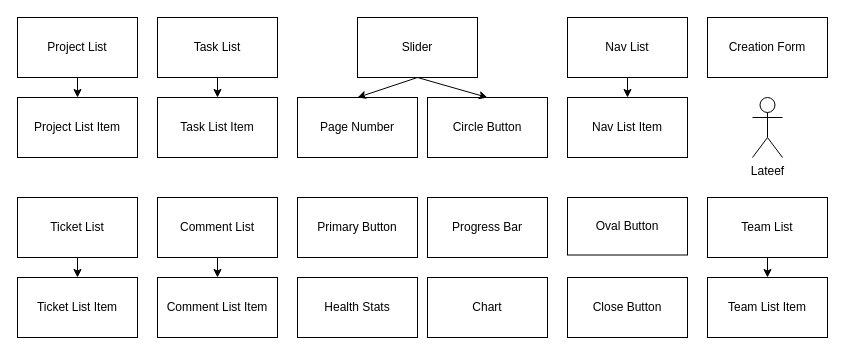
This is docs/Untitled Diagram.drawio from lateefazeez/project-issue-tracker, a draw.io file, before an edit. Source tidied: cells renumbered, new cells numbered last; positions are measured from the earlier drawing's top-left corner, leaving out a move shared by most shapes. Both pictures are drawn from the tidied source at 100%, with x=0, y=0 at pixel (17, 17).
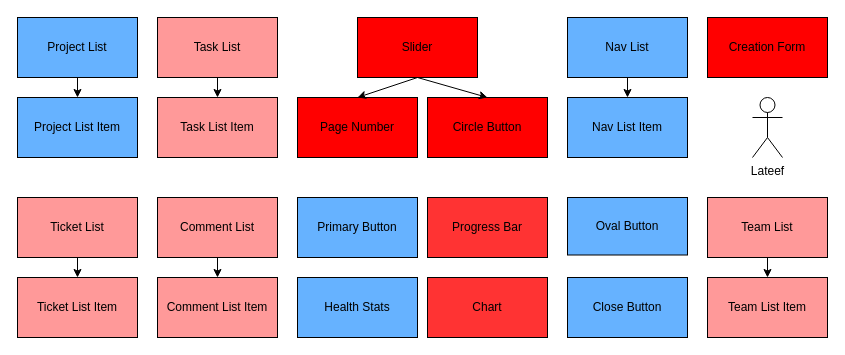
The same page after the edit.

Change to the diagram source:
```diff
@@
-    <mxCell id="2" value="Primary Button" style="rounded=0;whiteSpace=wrap;html=1;" parent="1" vertex="1">
+    <mxCell id="2" value="Primary Button" style="rounded=0;whiteSpace=wrap;html=1;fillColor=#66B2FF;" parent="1" vertex="1">
       <mxGeometry x="280" y="180" width="120" height="60" as="geometry" />
     </mxCell>
-    <mxCell id="3" value="Circle Button" style="rounded=0;whiteSpace=wrap;html=1;" parent="1" vertex="1">
+    <mxCell id="3" value="Circle Button" style="rounded=0;whiteSpace=wrap;html=1;fillColor=#FF0000;" parent="1" vertex="1">
       <mxGeometry x="410" y="80" width="120" height="60" as="geometry" />
     </mxCell>
-    <mxCell id="4" value="Slider" style="rounded=0;whiteSpace=wrap;html=1;" parent="1" vertex="1">
+    <mxCell id="4" value="Slider" style="rounded=0;whiteSpace=wrap;html=1;fillColor=#FF0000;" parent="1" vertex="1">
       <mxGeometry x="340" width="120" height="60" as="geometry" />
     </mxCell>
-    <mxCell id="5" value="Page Number" style="rounded=0;whiteSpace=wrap;html=1;" parent="1" vertex="1">
+    <mxCell id="5" value="Page Number" style="rounded=0;whiteSpace=wrap;html=1;fillColor=#FF0000;" parent="1" vertex="1">
       <mxGeometry x="280" y="80" width="120" height="60" as="geometry" />
     </mxCell>
@@
-    <mxCell id="7" value="Project List" style="rounded=0;whiteSpace=wrap;html=1;" parent="1" vertex="1">
+    <mxCell id="7" value="Project List" style="rounded=0;whiteSpace=wrap;html=1;fillColor=#66B2FF;" parent="1" vertex="1">
       <mxGeometry width="120" height="60" as="geometry" />
     </mxCell>
-    <mxCell id="8" value="Project List Item" style="rounded=0;whiteSpace=wrap;html=1;" parent="1" vertex="1">
+    <mxCell id="8" value="Project List Item" style="rounded=0;whiteSpace=wrap;html=1;fillColor=#66B2FF;" parent="1" vertex="1">
       <mxGeometry y="80" width="120" height="60" as="geometry" />
     </mxCell>
@@
-    <mxCell id="10" value="Chart " style="rounded=0;whiteSpace=wrap;html=1;" parent="1" vertex="1">
+    <mxCell id="10" value="Chart " style="rounded=0;whiteSpace=wrap;html=1;fillColor=#FF3333;" parent="1" vertex="1">
       <mxGeometry x="410" y="260" width="120" height="60" as="geometry" />
     </mxCell>
-    <mxCell id="11" value="Ticket List Item" style="rounded=0;whiteSpace=wrap;html=1;" parent="1" vertex="1">
+    <mxCell id="11" value="Ticket List Item" style="rounded=0;whiteSpace=wrap;html=1;fillColor=#FF9999;" parent="1" vertex="1">
       <mxGeometry y="260" width="120" height="60" as="geometry" />
     </mxCell>
-    <mxCell id="12" value="Ticket List" style="rounded=0;whiteSpace=wrap;html=1;" parent="1" vertex="1">
+    <mxCell id="12" value="Ticket List" style="rounded=0;whiteSpace=wrap;html=1;fillColor=#FF9999;" parent="1" vertex="1">
       <mxGeometry y="180" width="120" height="60" as="geometry" />
     </mxCell>
@@
-    <mxCell id="14" value="Task List" style="rounded=0;whiteSpace=wrap;html=1;" parent="1" vertex="1">
+    <mxCell id="14" value="Task List" style="rounded=0;whiteSpace=wrap;html=1;fillColor=#FF9999;" parent="1" vertex="1">
       <mxGeometry x="140" width="120" height="60" as="geometry" />
     </mxCell>
@@
-    <mxCell id="16" value="Task List Item" style="rounded=0;whiteSpace=wrap;html=1;" parent="1" vertex="1">
+    <mxCell id="16" value="Task List Item" style="rounded=0;whiteSpace=wrap;html=1;fillColor=#FF9999;" parent="1" vertex="1">
       <mxGeometry x="140" y="80" width="120" height="60" as="geometry" />
     </mxCell>
-    <mxCell id="17" value="Health Stats" style="rounded=0;whiteSpace=wrap;html=1;" parent="1" vertex="1">
+    <mxCell id="17" value="Health Stats" style="rounded=0;whiteSpace=wrap;html=1;fillColor=#66B2FF;" parent="1" vertex="1">
       <mxGeometry x="280" y="260" width="120" height="60" as="geometry" />
     </mxCell>
-    <mxCell id="18" value="Comment List" style="rounded=0;whiteSpace=wrap;html=1;" parent="1" vertex="1">
+    <mxCell id="18" value="Comment List" style="rounded=0;whiteSpace=wrap;html=1;fillColor=#FF9999;" parent="1" vertex="1">
       <mxGeometry x="140" y="180" width="120" height="60" as="geometry" />
     </mxCell>
-    <mxCell id="19" value="Comment List Item" style="rounded=0;whiteSpace=wrap;html=1;" parent="1" vertex="1">
+    <mxCell id="19" value="Comment List Item" style="rounded=0;whiteSpace=wrap;html=1;fillColor=#FF9999;" parent="1" vertex="1">
       <mxGeometry x="140" y="260" width="120" height="60" as="geometry" />
     </mxCell>
@@
-    <mxCell id="21" value="Progress Bar" style="rounded=0;whiteSpace=wrap;html=1;" parent="1" vertex="1">
+    <mxCell id="21" value="Progress Bar" style="rounded=0;whiteSpace=wrap;html=1;fillColor=#FF3333;" parent="1" vertex="1">
       <mxGeometry x="410" y="180" width="120" height="60" as="geometry" />
     </mxCell>
-    <mxCell id="22" value="Oval Button" style="rounded=0;whiteSpace=wrap;html=1;" parent="1" vertex="1">
+    <mxCell id="22" value="Oval Button" style="rounded=0;whiteSpace=wrap;html=1;fillColor=#66B2FF;" parent="1" vertex="1">
       <mxGeometry x="550" y="180" width="120" height="57.5" as="geometry" />
     </mxCell>
@@
-    <mxCell id="24" value="Nav List" style="rounded=0;whiteSpace=wrap;html=1;" parent="1" vertex="1">
+    <mxCell id="24" value="Nav List" style="rounded=0;whiteSpace=wrap;html=1;fillColor=#66B2FF;" parent="1" vertex="1">
       <mxGeometry x="550" width="120" height="60" as="geometry" />
     </mxCell>
-    <mxCell id="25" value="Nav List Item" style="rounded=0;whiteSpace=wrap;html=1;" parent="1" vertex="1">
+    <mxCell id="25" value="Nav List Item" style="rounded=0;whiteSpace=wrap;html=1;fillColor=#66B2FF;" parent="1" vertex="1">
       <mxGeometry x="550" y="80" width="120" height="60" as="geometry" />
     </mxCell>
@@
-    <mxCell id="27" value="Creation Form" style="rounded=0;whiteSpace=wrap;html=1;" parent="1" vertex="1">
+    <mxCell id="27" value="Creation Form" style="rounded=0;whiteSpace=wrap;html=1;fillColor=#FF0000;" parent="1" vertex="1">
       <mxGeometry x="690" width="120" height="60" as="geometry" />
     </mxCell>
-    <mxCell id="28" value="Close Button" style="rounded=0;whiteSpace=wrap;html=1;" parent="1" vertex="1">
+    <mxCell id="28" value="Close Button" style="rounded=0;whiteSpace=wrap;html=1;fillColor=#66B2FF;" parent="1" vertex="1">
       <mxGeometry x="550" y="260" width="120" height="60" as="geometry" />
     </mxCell>
-    <mxCell id="29" value="Team List Item" style="rounded=0;whiteSpace=wrap;html=1;" parent="1" vertex="1">
+    <mxCell id="29" value="Team List Item" style="rounded=0;whiteSpace=wrap;html=1;fillColor=#FF9999;" parent="1" vertex="1">
       <mxGeometry x="690" y="260" width="120" height="60" as="geometry" />
     </mxCell>
-    <mxCell id="30" value="Team List" style="rounded=0;whiteSpace=wrap;html=1;" parent="1" vertex="1">
+    <mxCell id="30" value="Team List" style="rounded=0;whiteSpace=wrap;html=1;fillColor=#FF9999;" parent="1" vertex="1">
       <mxGeometry x="690" y="180" width="120" height="60" as="geometry" />
     </mxCell>
```
